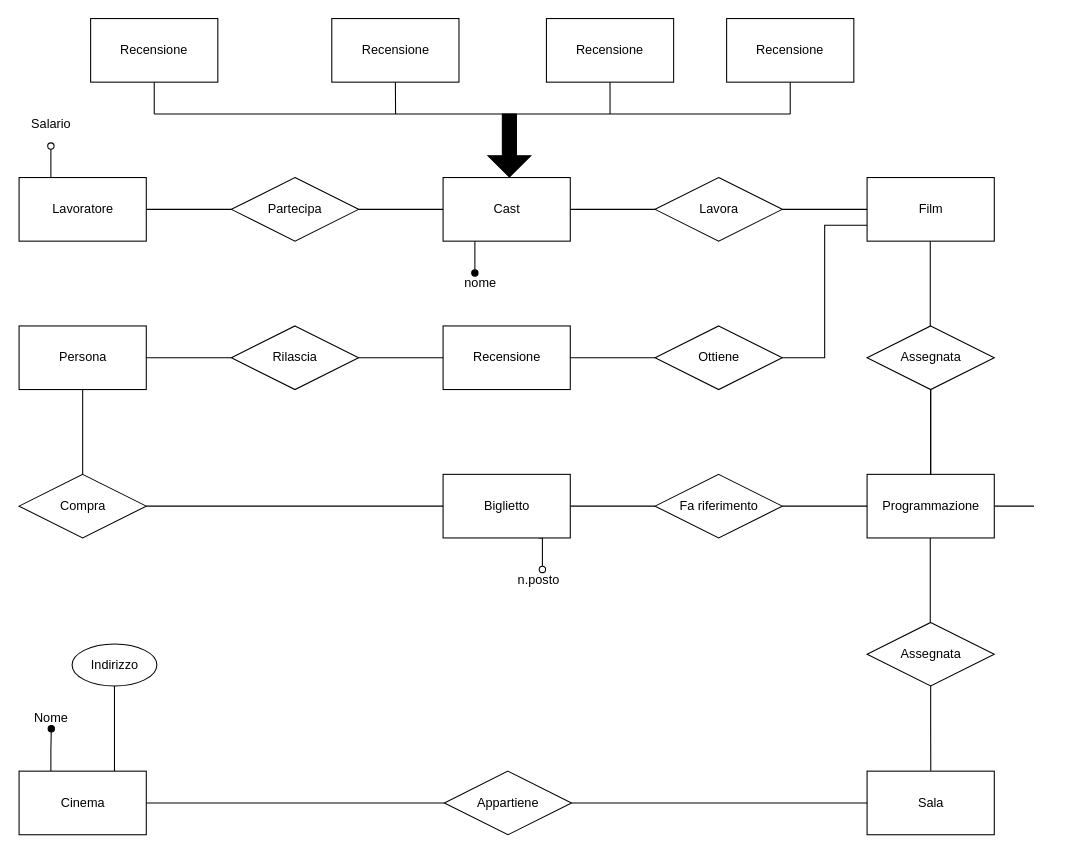
ToldoDM/UDBP keeps this draw.io diagram as Untitled Diagram.drawio. Above is the earlier version. Source tidied: cells renumbered, new cells numbered last; positions are measured from the earlier drawing's top-left corner, leaving out a move shared by most shapes. Both pictures are drawn from the tidied source at 106%, with x=0, y=0 at pixel (18, 18).
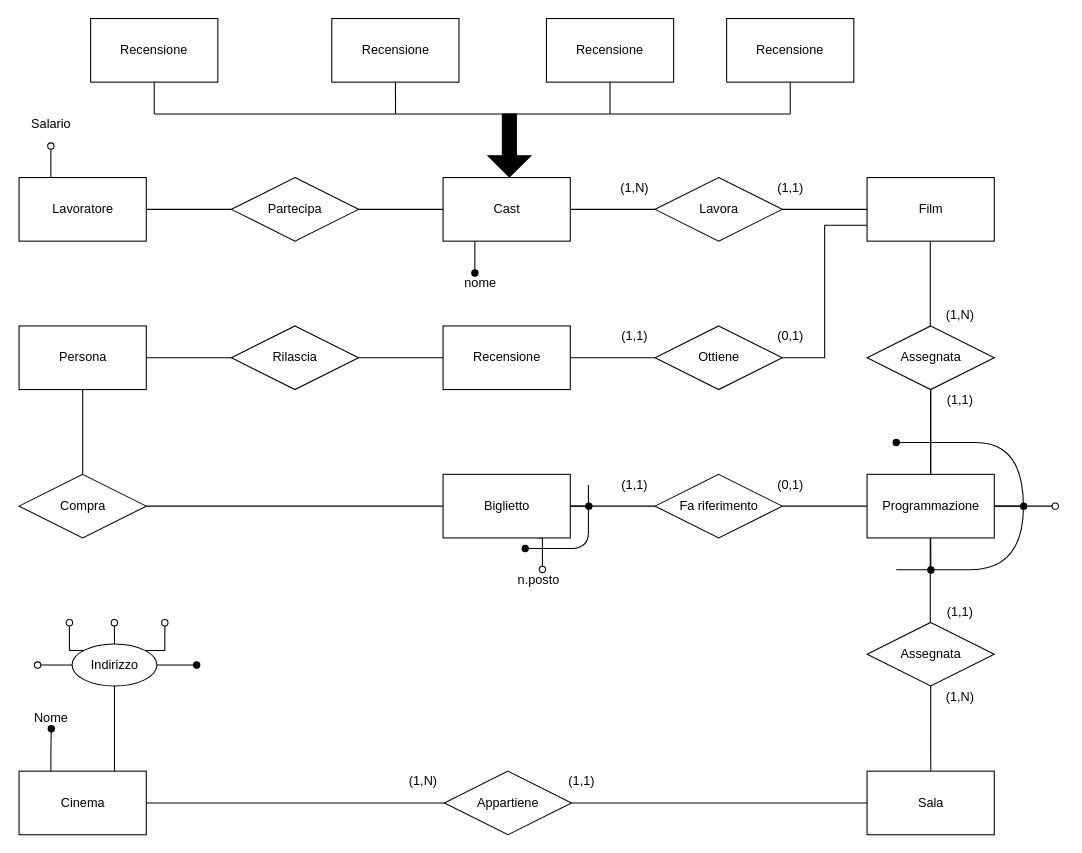
The same page after the edit.

The change refers to these unchanged cells:
```xml
<mxCell id="4" value="Biglietto" style="rounded=0;whiteSpace=wrap;html=1;" parent="1" vertex="1">
  <mxGeometry x="400.5" y="430" width="120" height="60" as="geometry" />
</mxCell>
<mxCell id="10" value="Programmazione" style="rounded=0;whiteSpace=wrap;html=1;" parent="1" vertex="1">
  <mxGeometry x="800.5" y="430" width="120" height="60" as="geometry" />
</mxCell>
<mxCell id="48" value="Indirizzo" style="ellipse;whiteSpace=wrap;html=1;" parent="1" vertex="1">
  <mxGeometry x="50.5" y="590" width="80" height="39.7" as="geometry" />
</mxCell>
```

Change to the diagram source:
```diff
@@
+    <mxCell id="60" style="edgeStyle=orthogonalEdgeStyle;rounded=0;jettySize=auto;html=1;exitX=1;exitY=0.5;exitDx=0;exitDy=0;startArrow=none;startFill=0;endArrow=oval;endFill=1;" parent="1" edge="1" source="4">
+      <mxGeometry relative="1" as="geometry">
+        <mxPoint x="538" y="460" as="targetPoint" />
+        <Array as="points">
+          <mxPoint x="538" y="460" />
+          <mxPoint x="538" y="460" />
+        </Array>
+      </mxGeometry>
+    </mxCell>
@@
-    <mxCell id="9" style="edgeStyle=orthogonalEdgeStyle;rounded=0;jettySize=auto;html=1;exitX=1;exitY=0.5;exitDx=0;exitDy=0;endArrow=none;endFill=0;" parent="1" edge="1" source="10">
+    <mxCell id="9" style="edgeStyle=orthogonalEdgeStyle;rounded=0;jettySize=auto;html=1;exitX=1;exitY=0.5;exitDx=0;exitDy=0;endArrow=oval;endFill=0;" parent="1" edge="1" source="10">
       <mxGeometry relative="1" as="geometry">
-        <mxPoint x="958" y="460" as="targetPoint" />
+        <mxPoint x="978" y="460" as="targetPoint" />
       </mxGeometry>
     </mxCell>
+    <mxCell id="61" style="edgeStyle=orthogonalEdgeStyle;rounded=0;jettySize=auto;html=1;exitX=1;exitY=0.5;exitDx=0;exitDy=0;endArrow=oval;endFill=1;" parent="1" edge="1" source="10">
+      <mxGeometry relative="1" as="geometry">
+        <mxPoint x="948.2" y="460.2" as="targetPoint" />
+      </mxGeometry>
+    </mxCell>
+    <mxCell id="62" style="edgeStyle=orthogonalEdgeStyle;rounded=0;jettySize=auto;html=1;exitX=0.5;exitY=1;exitDx=0;exitDy=0;endArrow=oval;endFill=1;" parent="1" edge="1" source="10">
+      <mxGeometry relative="1" as="geometry">
+        <mxPoint x="860.7" y="520.2" as="targetPoint" />
+      </mxGeometry>
+    </mxCell>
@@
+    <mxCell id="63" style="edgeStyle=orthogonalEdgeStyle;rounded=0;jettySize=auto;html=1;exitX=0;exitY=0.5;exitDx=0;exitDy=0;endArrow=oval;endFill=0;" parent="1" edge="1" source="48">
+      <mxGeometry relative="1" as="geometry">
+        <mxPoint x="18" y="610" as="targetPoint" />
+      </mxGeometry>
+    </mxCell>
+    <mxCell id="64" style="edgeStyle=orthogonalEdgeStyle;rounded=0;jettySize=auto;html=1;exitX=0;exitY=0;exitDx=0;exitDy=0;endArrow=oval;endFill=0;" parent="1" edge="1" source="48">
+      <mxGeometry relative="1" as="geometry">
+        <mxPoint x="48" y="570" as="targetPoint" />
+      </mxGeometry>
+    </mxCell>
+    <mxCell id="65" style="edgeStyle=orthogonalEdgeStyle;rounded=0;jettySize=auto;html=1;exitX=0.5;exitY=0;exitDx=0;exitDy=0;endArrow=oval;endFill=0;" parent="1" edge="1" source="48">
+      <mxGeometry relative="1" as="geometry">
+        <mxPoint x="90.4" y="570" as="targetPoint" />
+      </mxGeometry>
+    </mxCell>
+    <mxCell id="66" style="edgeStyle=orthogonalEdgeStyle;rounded=0;jettySize=auto;html=1;exitX=1;exitY=0;exitDx=0;exitDy=0;endArrow=oval;endFill=0;" parent="1" edge="1" source="48">
+      <mxGeometry relative="1" as="geometry">
+        <mxPoint x="138" y="570" as="targetPoint" />
+      </mxGeometry>
+    </mxCell>
+    <mxCell id="67" style="edgeStyle=orthogonalEdgeStyle;rounded=0;jettySize=auto;html=1;exitX=1;exitY=0.5;exitDx=0;exitDy=0;endArrow=oval;endFill=1;" parent="1" edge="1" source="48">
+      <mxGeometry relative="1" as="geometry">
+        <mxPoint x="168" y="610" as="targetPoint" />
+      </mxGeometry>
+    </mxCell>
@@
+    <mxCell id="68" value="(1,N)" style="text;html=1;strokeColor=none;fillColor=none;align=center;verticalAlign=middle;whiteSpace=wrap;rounded=0;" parent="1" vertex="1">
+      <mxGeometry x="361.7" y="710" width="40" height="20" as="geometry" />
+    </mxCell>
+    <mxCell id="69" value="(1,1)" style="text;html=1;align=center;verticalAlign=middle;" parent="1" vertex="1">
+      <mxGeometry x="510.5" y="710" width="40" height="20" as="geometry" />
+    </mxCell>
+    <mxCell id="70" style="curved=1;endArrow=oval;html=1;endFill=1;" parent="1" edge="1">
+      <mxGeometry relative="1" as="geometry">
+        <mxPoint x="828" y="520" as="sourcePoint" />
+        <mxPoint x="828" y="400" as="targetPoint" />
+        <Array as="points">
+          <mxPoint x="848" y="520" />
+          <mxPoint x="948" y="520" />
+          <mxPoint x="948" y="400" />
+          <mxPoint x="858" y="400" />
+        </Array>
+      </mxGeometry>
+    </mxCell>
+    <mxCell id="71" value="(1,1)" style="text;html=1;align=center;verticalAlign=middle;" parent="1" vertex="1">
+      <mxGeometry x="868" y="549.7" width="40" height="20" as="geometry" />
+    </mxCell>
+    <mxCell id="72" value="(1,N)" style="text;html=1;align=center;verticalAlign=middle;" parent="1" vertex="1">
+      <mxGeometry x="868" y="630" width="40" height="20" as="geometry" />
+    </mxCell>
+    <mxCell id="73" value="(1,N)" style="text;html=1;align=center;verticalAlign=middle;" parent="1" vertex="1">
+      <mxGeometry x="868" y="269.8" width="40" height="20" as="geometry" />
+    </mxCell>
+    <mxCell id="74" value="(1,1)" style="text;html=1;align=center;verticalAlign=middle;" parent="1" vertex="1">
+      <mxGeometry x="868" y="350.2" width="40" height="20" as="geometry" />
+    </mxCell>
+    <mxCell id="75" value="(1,N)" style="text;html=1;align=center;verticalAlign=middle;" parent="1" vertex="1">
+      <mxGeometry x="560.5" y="150" width="40" height="20" as="geometry" />
+    </mxCell>
+    <mxCell id="76" value="(1,1)" style="text;html=1;align=center;verticalAlign=middle;" parent="1" vertex="1">
+      <mxGeometry x="708" y="150" width="40" height="20" as="geometry" />
+    </mxCell>
+    <mxCell id="77" value="(1,1)" style="text;html=1;align=center;verticalAlign=middle;" parent="1" vertex="1">
+      <mxGeometry x="560.5" y="290" width="40" height="20" as="geometry" />
+    </mxCell>
+    <mxCell id="78" value="(0,1)" style="text;html=1;align=center;verticalAlign=middle;" parent="1" vertex="1">
+      <mxGeometry x="708" y="290" width="40" height="20" as="geometry" />
+    </mxCell>
+    <mxCell id="79" value="(1,1)" style="text;html=1;align=center;verticalAlign=middle;" parent="1" vertex="1">
+      <mxGeometry x="560.5" y="430" width="40" height="20" as="geometry" />
+    </mxCell>
+    <mxCell id="80" value="(0,1)" style="text;html=1;align=center;verticalAlign=middle;" parent="1" vertex="1">
+      <mxGeometry x="708" y="430" width="40" height="20" as="geometry" />
+    </mxCell>
+    <mxCell id="81" style="curved=1;endArrow=none;html=1;endFill=0;startArrow=oval;startFill=1;" parent="1" edge="1">
+      <mxGeometry relative="1" as="geometry">
+        <mxPoint x="478" y="500" as="sourcePoint" />
+        <mxPoint x="537.6" y="440" as="targetPoint" />
+        <Array as="points">
+          <mxPoint x="502.6" y="500" />
+          <mxPoint x="537.6" y="500" />
+          <mxPoint x="537.6" y="470" />
+          <mxPoint x="537.6" y="490" />
+        </Array>
+      </mxGeometry>
+    </mxCell>
```
